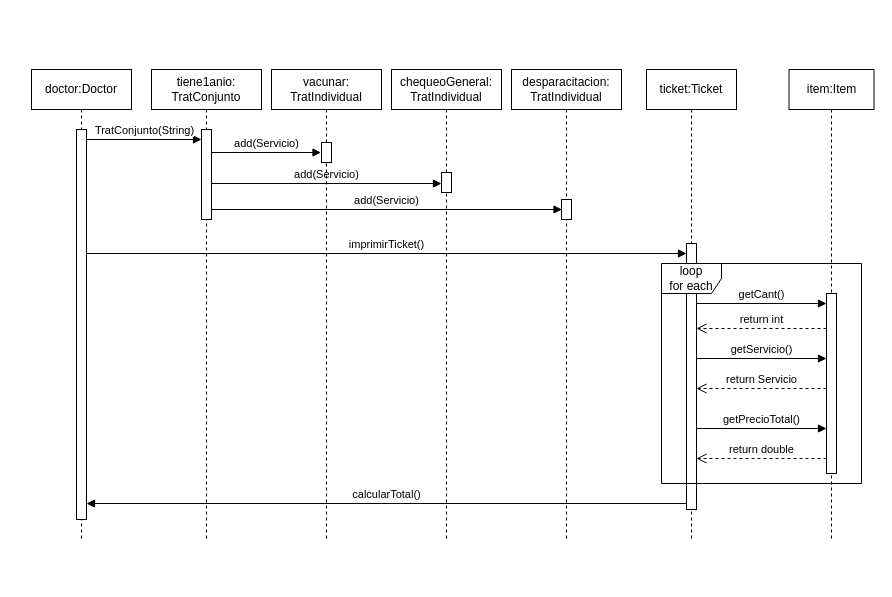
Before: TpIntegrador/TpIntegradorComposite.drawio in cammidelgado/YA-21E-grupo3, a draw.io diagram. Source tidied: cells renumbered, new cells numbered last; positions are measured from the earlier drawing's top-left corner, leaving out a move shared by most shapes. Both pictures are drawn from the tidied source at 100%, with x=0, y=0 at pixel (31, 69).
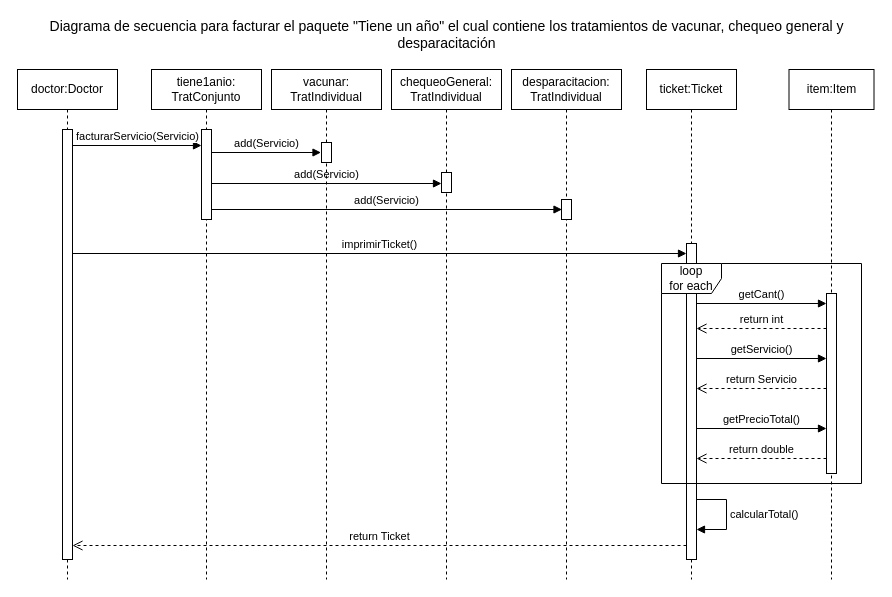
Above is the later version.

Commit message:
cambio nombre metodo

Unchanged cells that the change refers to:
```xml
<mxCell id="18" style="html=1;points=[[0,0,0,0,5],[0,1,0,0,-5],[1,0,0,0,5],[1,1,0,0,-5]];perimeter=orthogonalPerimeter;outlineConnect=0;targetShapes=umlLifeline;portConstraint=eastwest;newEdgeStyle={&quot;curved&quot;:0,&quot;rounded&quot;:0};" parent="17" vertex="1">
  <mxGeometry x="50" y="60" width="10" height="90" as="geometry" />
</mxCell>
```

Change to the diagram source:
```diff
@@
     <mxCell id="2" value="ticket:Ticket" style="shape=umlLifeline;perimeter=lifelinePerimeter;whiteSpace=wrap;html=1;newEdgeStyle={&quot;curved&quot;:0,&quot;rounded&quot;:0};" parent="1" vertex="1">
-      <mxGeometry x="615" width="90" height="470" as="geometry" />
+      <mxGeometry x="615" width="90" height="510" as="geometry" />
     </mxCell>
+    <mxCell id="13" value="calcularTotal()" style="html=1;align=left;spacingLeft=2;endArrow=block;rounded=0;edgeStyle=orthogonalEdgeStyle;curved=0;rounded=0;" parent="2" edge="1" target="3">
+      <mxGeometry relative="1" as="geometry">
+        <mxPoint x="50" y="430" as="sourcePoint" />
+        <Array as="points">
+          <mxPoint x="80" y="430" />
+          <mxPoint x="80" y="460" />
+        </Array>
+      </mxGeometry>
+    </mxCell>
     <mxCell id="3" style="html=1;points=[[0,0,0,0,5],[0,1,0,0,-5],[1,0,0,0,5],[1,1,0,0,-5]];perimeter=orthogonalPerimeter;outlineConnect=0;targetShapes=umlLifeline;portConstraint=eastwest;newEdgeStyle={&quot;curved&quot;:0,&quot;rounded&quot;:0};" parent="1" vertex="1">
-      <mxGeometry x="655" y="174" width="10" height="266" as="geometry" />
+      <mxGeometry x="655" y="174" width="10" height="316" as="geometry" />
     </mxCell>
     <mxCell id="4" value="item:Item" style="shape=umlLifeline;perimeter=lifelinePerimeter;whiteSpace=wrap;html=1;newEdgeStyle={&quot;curved&quot;:0,&quot;rounded&quot;:0};" parent="1" vertex="1">
-      <mxGeometry x="757.5" width="85" height="470" as="geometry" />
+      <mxGeometry x="757.5" width="85" height="510" as="geometry" />
     </mxCell>
@@
-    <mxCell id="13" value="calcularTotal()" style="html=1;verticalAlign=bottom;endArrow=block;curved=0;rounded=0;fillColor=#FFFFFF;" parent="1" edge="1">
-      <mxGeometry relative="1" as="geometry">
-        <mxPoint x="655" y="434" as="sourcePoint" />
-        <mxPoint x="55" y="434" as="targetPoint" />
-      </mxGeometry>
-    </mxCell>
-    <mxCell id="14" value="imprimirTicket()" style="html=1;verticalAlign=bottom;endArrow=block;curved=0;rounded=0;fillColor=#FFFFFF;" parent="1" edge="1">
+    <mxCell id="14" value="imprimirTicket()" style="html=1;verticalAlign=bottom;endArrow=block;curved=0;rounded=0;fillColor=#FFFFFF;" parent="1" edge="1" source="16">
       <mxGeometry relative="1" as="geometry">
-        <mxPoint x="55" y="184" as="sourcePoint" />
         <mxPoint x="655" y="184" as="targetPoint" />
       </mxGeometry>
     </mxCell>
     <mxCell id="15" value="doctor:Doctor" style="shape=umlLifeline;perimeter=lifelinePerimeter;whiteSpace=wrap;html=1;newEdgeStyle={&quot;curved&quot;:0,&quot;rounded&quot;:0};" parent="1" vertex="1">
-      <mxGeometry width="100" height="470" as="geometry" />
+      <mxGeometry x="-14" width="100" height="510" as="geometry" />
     </mxCell>
     <mxCell id="16" style="html=1;points=[[0,0,0,0,5],[0,1,0,0,-5],[1,0,0,0,5],[1,1,0,0,-5]];perimeter=orthogonalPerimeter;outlineConnect=0;targetShapes=umlLifeline;portConstraint=eastwest;newEdgeStyle={&quot;curved&quot;:0,&quot;rounded&quot;:0};" parent="15" vertex="1">
-      <mxGeometry x="45" y="60" width="10" height="390" as="geometry" />
+      <mxGeometry x="45" y="60" width="10" height="430" as="geometry" />
     </mxCell>
     <mxCell id="17" value="tiene1anio:&lt;div&gt;TratConjunto&lt;/div&gt;" style="shape=umlLifeline;perimeter=lifelinePerimeter;whiteSpace=wrap;html=1;newEdgeStyle={&quot;curved&quot;:0,&quot;rounded&quot;:0};" parent="1" vertex="1">
-      <mxGeometry x="120" width="110" height="470" as="geometry" />
+      <mxGeometry x="120" width="110" height="510" as="geometry" />
     </mxCell>
@@
     <mxCell id="22" value="vacunar:&lt;div&gt;TratIndividual&lt;/div&gt;" style="shape=umlLifeline;perimeter=lifelinePerimeter;whiteSpace=wrap;html=1;newEdgeStyle={&quot;curved&quot;:0,&quot;rounded&quot;:0};" parent="1" vertex="1">
-      <mxGeometry x="240" width="110" height="470" as="geometry" />
+      <mxGeometry x="240" width="110" height="510" as="geometry" />
     </mxCell>
@@
     <mxCell id="24" value="chequeoGeneral:&lt;div&gt;TratIndividual&lt;/div&gt;" style="shape=umlLifeline;perimeter=lifelinePerimeter;whiteSpace=wrap;html=1;newEdgeStyle={&quot;curved&quot;:0,&quot;rounded&quot;:0};" parent="1" vertex="1">
-      <mxGeometry x="360" width="110" height="470" as="geometry" />
+      <mxGeometry x="360" width="110" height="510" as="geometry" />
     </mxCell>
@@
     <mxCell id="26" value="desparacitacion:&lt;div&gt;TratIndividual&lt;/div&gt;" style="shape=umlLifeline;perimeter=lifelinePerimeter;whiteSpace=wrap;html=1;newEdgeStyle={&quot;curved&quot;:0,&quot;rounded&quot;:0};" parent="1" vertex="1">
-      <mxGeometry x="480" width="110" height="470" as="geometry" />
+      <mxGeometry x="480" width="110" height="510" as="geometry" />
     </mxCell>
@@
-    <mxCell id="28" value="TratConjunto(String)" style="html=1;verticalAlign=bottom;endArrow=block;curved=0;rounded=0;" parent="1" edge="1" target="18">
+    <mxCell id="28" value="facturarServicio(Servicio)" style="html=1;verticalAlign=bottom;endArrow=block;curved=0;rounded=0;" parent="1" edge="1">
       <mxGeometry x="0.01" relative="1" as="geometry">
-        <mxPoint x="55" y="70" as="sourcePoint" />
+        <mxPoint x="41" y="76" as="sourcePoint" />
+        <mxPoint x="170" y="76" as="targetPoint" />
       </mxGeometry>
     </mxCell>
+    <mxCell id="29" value="return Ticket" style="html=1;verticalAlign=bottom;endArrow=open;dashed=1;endSize=8;curved=0;rounded=0;" parent="1" edge="1">
+      <mxGeometry relative="1" as="geometry">
+        <mxPoint x="655" y="476" as="sourcePoint" />
+        <mxPoint x="41" y="476" as="targetPoint" />
+      </mxGeometry>
+    </mxCell>
+    <mxCell id="30" value="&lt;font style=&quot;font-size: 14px;&quot;&gt;Diagrama de secuencia para facturar el paquete &quot;Tiene un año&quot; el cual contiene los tratamientos de vacunar, chequeo general y desparacitación&lt;/font&gt;" style="text;html=1;align=center;verticalAlign=middle;whiteSpace=wrap;rounded=0;" parent="1" vertex="1">
+      <mxGeometry x="-6.2" y="-50" width="842.5" height="30" as="geometry" />
+    </mxCell>
```
